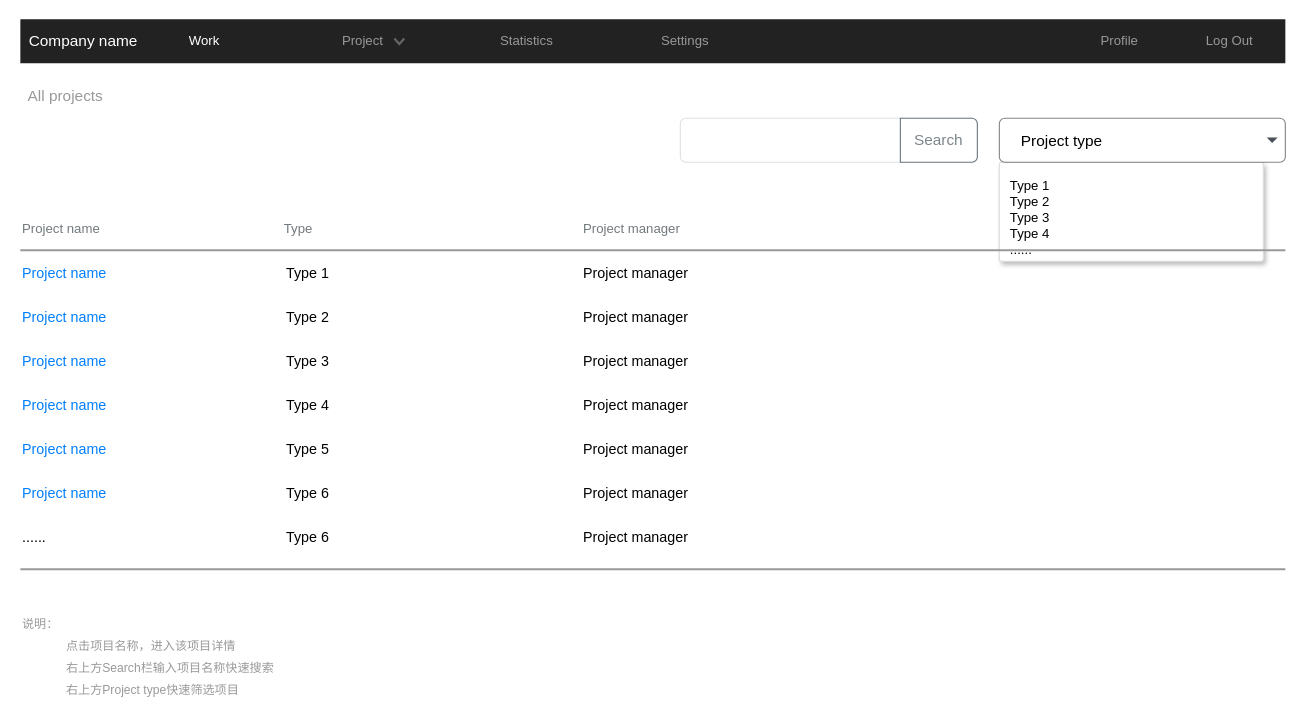
RASAAS/NMPAWORKFLOW keeps this draw.io diagram as page "All projects" (4 of 8) of Full lifecycle.drawio. Above is the earlier version. Source tidied: cells renumbered, new cells numbered last; positions are measured from the earlier drawing's top-left corner, leaving out a move shared by most shapes. Both pictures are drawn from the tidied source at 110%, with x=0, y=0 at pixel (20, 19).
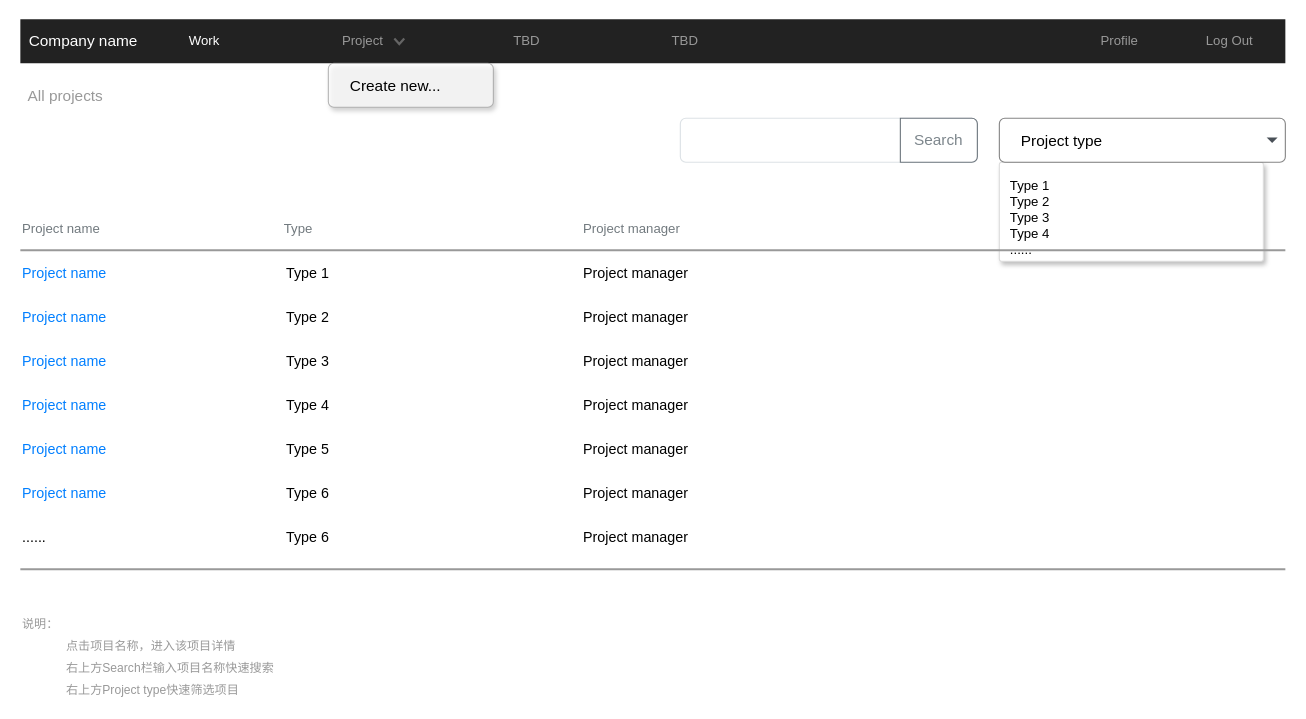
Above is the later version.

The change refers to these unchanged cells:
```xml
<mxCell id="4" style="html=1;shadow=0;dashed=0;shape=mxgraph.bootstrap.rect;fillColor=#222222;strokeColor=none;whiteSpace=wrap;rounded=0;fontSize=12;fontColor=#000000;align=center;" parent="1" vertex="1">
  <mxGeometry width="1150" height="40" as="geometry" />
</mxCell>
<mxCell id="19" style="html=1;shadow=0;dashed=0;strokeColor=none;fontSize=16;fontColor=#161819;align=left;spacing=15;opacity=70;fillColor=none;" parent="1" vertex="1">
  <mxGeometry y="160" width="790" height="60" as="geometry" />
</mxCell>
```

Diff of the diagram source:
```diff
@@
-    <mxCell id="10" value="Statistics" style="html=1;shadow=0;dashed=0;fillColor=none;strokeColor=none;shape=mxgraph.bootstrap.rect;fontColor=#999999;whiteSpace=wrap;" parent="4" vertex="1">
+    <mxCell id="10" value="TBD" style="html=1;shadow=0;dashed=0;fillColor=none;strokeColor=none;shape=mxgraph.bootstrap.rect;fontColor=#999999;whiteSpace=wrap;" parent="4" vertex="1">
       <mxGeometry x="402.5" width="115" height="40" as="geometry" />
     </mxCell>
-    <mxCell id="11" value="Settings" style="html=1;shadow=0;dashed=0;fillColor=none;strokeColor=none;shape=mxgraph.bootstrap.rect;fontColor=#999999;whiteSpace=wrap;" parent="4" vertex="1">
+    <mxCell id="11" value="TBD" style="html=1;shadow=0;dashed=0;fillColor=none;strokeColor=none;shape=mxgraph.bootstrap.rect;fontColor=#999999;whiteSpace=wrap;" parent="4" vertex="1">
       <mxGeometry x="517.5" width="172.5" height="40" as="geometry" />
     </mxCell>
@@
+    <mxCell id="56" style="html=1;shadow=1;dashed=0;shape=mxgraph.bootstrap.rrect;rSize=5;fillColor=#ffffff;strokeColor=#999999;fontSize=13;fontColor=#007FFF;opacity=70;align=left;sketch=0;" parent="19" vertex="1">
+      <mxGeometry x="280" y="-120" width="150" height="40" as="geometry" />
+    </mxCell>
+    <mxCell id="57" value="Create new..." style="fillColor=none;strokeColor=none;align=left;spacing=20;fontSize=14;" parent="56" vertex="1">
+      <mxGeometry width="170" height="30" relative="1" as="geometry">
+        <mxPoint y="5" as="offset" />
+      </mxGeometry>
+    </mxCell>
```
